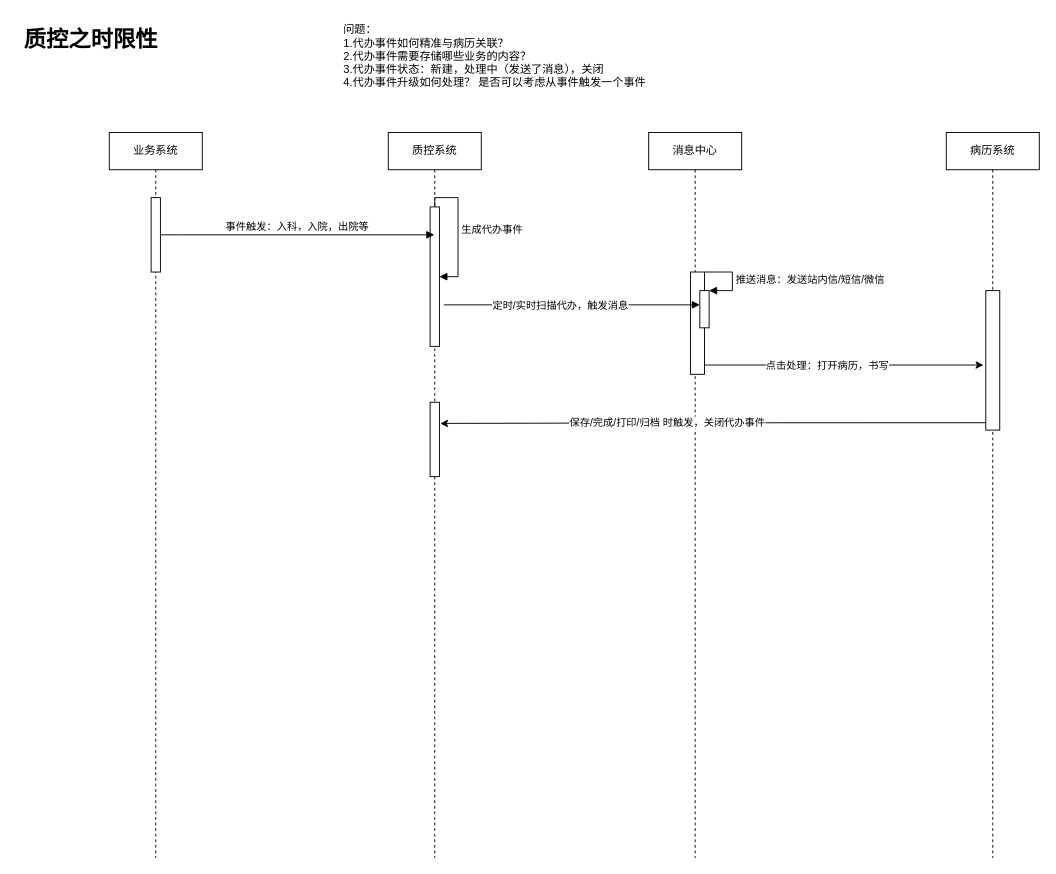
Above: Untitled Diagram.drawio in 1657486787/draw.io (draw.io), before the change. Source tidied: cells renumbered, new cells numbered last; positions are measured from the earlier drawing's top-left corner, leaving out a move shared by most shapes. Both pictures are drawn from the tidied source at 93%, with x=0, y=0 at pixel (16, 16).
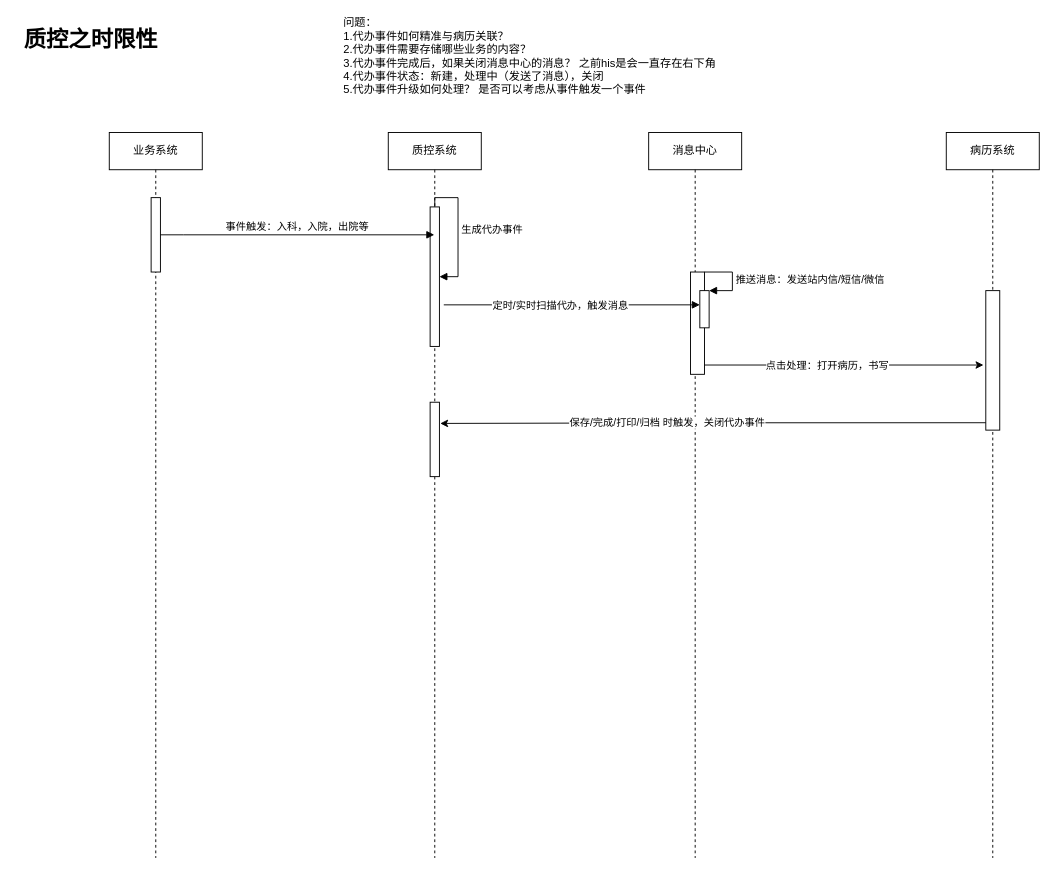
The same page after the edit.

Commit message:
质控之时限性

The edit, as a diff of the source:
```diff
@@
-    <mxCell id="22" value="问题：&lt;br&gt;1.代办事件如何精准与病历关联？&lt;br&gt;2.代办事件需要存储哪些业务的内容？&lt;br&gt;3.代办事件状态：新建，处理中（发送了消息），关闭&lt;br&gt;4.代办事件升级如何处理？ 是否可以考虑从事件触发一个事件" style="text;html=1;strokeColor=none;fillColor=none;align=left;verticalAlign=middle;whiteSpace=wrap;rounded=0;" parent="1" vertex="1">
-      <mxGeometry x="350" width="400" height="85" as="geometry" />
+    <mxCell id="22" value="问题：&lt;br&gt;1.代办事件如何精准与病历关联？&lt;br&gt;2.代办事件需要存储哪些业务的内容？&lt;br&gt;3.代办事件完成后，如果关闭消息中心的消息？ 之前his是会一直存在右下角&lt;br&gt;4.代办事件状态：新建，处理中（发送了消息），关闭&lt;br&gt;5.代办事件升级如何处理？ 是否可以考虑从事件触发一个事件" style="text;html=1;strokeColor=none;fillColor=none;align=left;verticalAlign=middle;whiteSpace=wrap;rounded=0;" parent="1" vertex="1">
+      <mxGeometry x="350" width="450" height="85" as="geometry" />
     </mxCell>
```
